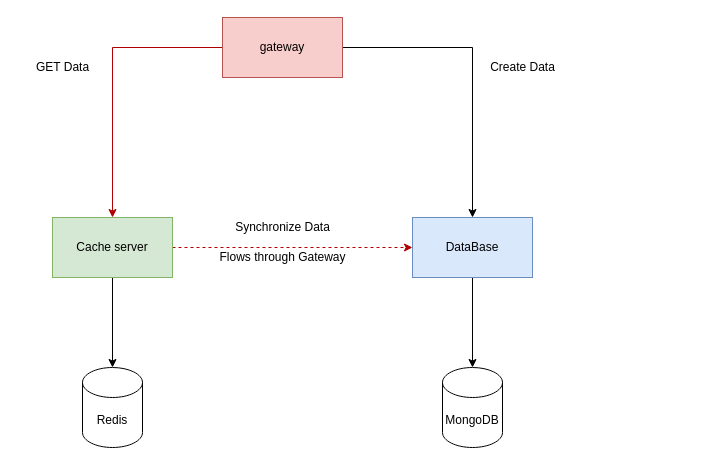
The draw.io diagram project structure.drawio in FA-PAD-LAB1/PADLab1, before the edit. Source tidied: cells renumbered, new cells numbered last; positions are measured from the earlier drawing's top-left corner, leaving out a move shared by most shapes. Both pictures are drawn from the tidied source at 100%, with x=0, y=0 at pixel (22, 17).
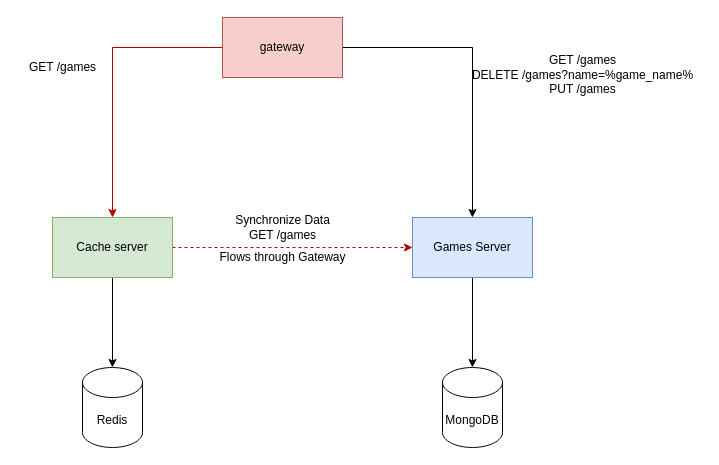
The same diagram, later.

Change to the diagram source:
```diff
@@
 <mxGraphModel>
   <root>
     <mxCell id="0" />
     <mxCell id="1" parent="0" />
     <mxCell id="2" style="edgeStyle=orthogonalEdgeStyle;rounded=0;jettySize=auto;html=1;exitX=0;exitY=0.5;exitDx=0;exitDy=0;entryX=0.5;entryY=0;entryDx=0;entryDy=0;fillColor=#e51400;strokeColor=#B20000;" parent="1" edge="1" source="4" target="9">
       <mxGeometry relative="1" as="geometry" />
     </mxCell>
     <mxCell id="3" style="edgeStyle=orthogonalEdgeStyle;rounded=0;jettySize=auto;html=1;exitX=1;exitY=0.5;exitDx=0;exitDy=0;entryX=0.5;entryY=0;entryDx=0;entryDy=0;" parent="1" edge="1" source="4" target="6">
       <mxGeometry relative="1" as="geometry" />
     </mxCell>
     <mxCell id="4" value="gateway" style="rounded=0;whiteSpace=wrap;html=1;fillColor=#f8cecc;strokeColor=#b85450;" parent="1" vertex="1">
       <mxGeometry x="200" width="120" height="60" as="geometry" />
     </mxCell>
     <mxCell id="5" style="edgeStyle=orthogonalEdgeStyle;rounded=0;jettySize=auto;html=1;exitX=0.5;exitY=1;exitDx=0;exitDy=0;entryX=0.5;entryY=0;entryDx=0;entryDy=0;entryPerimeter=0;" parent="1" edge="1" source="6" target="11">
       <mxGeometry relative="1" as="geometry" />
     </mxCell>
-    <mxCell id="6" value="DataBase" style="rounded=0;whiteSpace=wrap;html=1;fillColor=#dae8fc;strokeColor=#6c8ebf;" parent="1" vertex="1">
+    <mxCell id="6" value="Games Server" style="rounded=0;whiteSpace=wrap;html=1;fillColor=#dae8fc;strokeColor=#6c8ebf;" parent="1" vertex="1">
       <mxGeometry x="390" y="200" width="120" height="60" as="geometry" />
     </mxCell>
     <mxCell id="7" style="edgeStyle=orthogonalEdgeStyle;rounded=0;jettySize=auto;html=1;exitX=0.5;exitY=1;exitDx=0;exitDy=0;entryX=0.5;entryY=0;entryDx=0;entryDy=0;entryPerimeter=0;" parent="1" edge="1" source="9" target="10">
       <mxGeometry relative="1" as="geometry" />
     </mxCell>
     <mxCell id="8" style="edgeStyle=orthogonalEdgeStyle;rounded=0;jettySize=auto;html=1;exitX=1;exitY=0.5;exitDx=0;exitDy=0;entryX=0;entryY=0.5;entryDx=0;entryDy=0;dashed=1;fillColor=#e51400;strokeColor=#B20000;" parent="1" edge="1" source="9" target="6">
       <mxGeometry relative="1" as="geometry" />
     </mxCell>
     <mxCell id="9" value="Cache server" style="rounded=0;whiteSpace=wrap;html=1;fillColor=#d5e8d4;strokeColor=#82b366;" parent="1" vertex="1">
       <mxGeometry x="30" y="200" width="120" height="60" as="geometry" />
     </mxCell>
     <mxCell id="10" value="Redis" style="shape=cylinder3;whiteSpace=wrap;html=1;boundedLbl=1;backgroundOutline=1;size=15;" parent="1" vertex="1">
       <mxGeometry x="60" y="350" width="60" height="80" as="geometry" />
     </mxCell>
     <mxCell id="11" value="MongoDB" style="shape=cylinder3;whiteSpace=wrap;html=1;boundedLbl=1;backgroundOutline=1;size=15;" parent="1" vertex="1">
       <mxGeometry x="420" y="350" width="60" height="80" as="geometry" />
     </mxCell>
-    <mxCell id="12" value="GET Data" style="text;html=1;align=center;verticalAlign=middle;strokeColor=none;fillColor=none;" parent="1" vertex="1">
-      <mxGeometry y="35" width="80" height="30" as="geometry" />
+    <mxCell id="12" value="GET /games" style="text;html=1;align=center;verticalAlign=middle;strokeColor=none;fillColor=none;" parent="1" vertex="1">
+      <mxGeometry x="-5" y="35" width="90" height="30" as="geometry" />
     </mxCell>
-    <mxCell id="13" value="Synchronize Data" style="text;html=1;align=center;verticalAlign=middle;strokeColor=none;fillColor=none;" parent="1" vertex="1">
-      <mxGeometry x="200" y="195" width="120" height="30" as="geometry" />
+    <mxCell id="13" value="Synchronize Data&lt;br&gt;GET /games" style="text;html=1;align=center;verticalAlign=middle;strokeColor=none;fillColor=none;" parent="1" vertex="1">
+      <mxGeometry x="200" y="190" width="120" height="40" as="geometry" />
     </mxCell>
-    <mxCell id="14" value="Create Data&lt;br&gt;" style="text;html=1;align=center;verticalAlign=middle;strokeColor=none;fillColor=none;" parent="1" vertex="1">
-      <mxGeometry x="455" y="35" width="90" height="30" as="geometry" />
+    <mxCell id="14" value="&lt;br&gt;GET /games&lt;br&gt;DELETE /games?name=%game_name%&lt;br&gt;PUT /games" style="text;html=1;align=center;verticalAlign=middle;strokeColor=none;fillColor=none;" parent="1" vertex="1">
+      <mxGeometry x="440" y="15" width="240" height="70" as="geometry" />
     </mxCell>
     <mxCell id="15" value="Flows through Gateway" style="text;html=1;align=center;verticalAlign=middle;strokeColor=none;fillColor=none;" parent="1" vertex="1">
       <mxGeometry x="185" y="225" width="150" height="30" as="geometry" />
     </mxCell>
   </root>
 </mxGraphModel>
```
